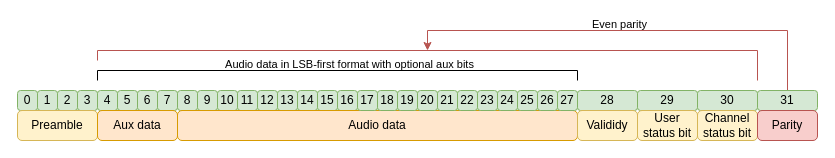
Above: content/posts/20250825_UltranetAdventuresPart2/diagrams/aes3-subframe.drawio in TheStaticTurtle/website_blog (draw.io), before the change. Source tidied: cells renumbered, new cells numbered last; positions are measured from the earlier drawing's top-left corner, leaving out a move shared by most shapes. Both pictures are drawn from the tidied source at 100%, with x=0, y=0 at pixel (17, 30).
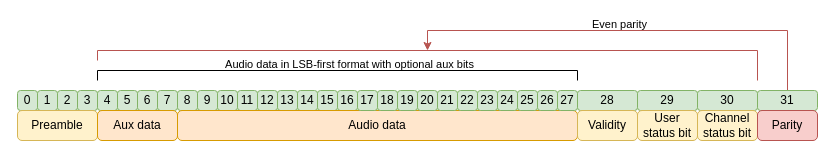
The same diagram, later.

Diff of the diagram source:
```diff
@@
-    <mxCell id="39" value="Valididy" style="rounded=1;whiteSpace=wrap;html=1;fillColor=#fff2cc;strokeColor=#d6b656;" parent="1" vertex="1">
+    <mxCell id="39" value="Validity" style="rounded=1;whiteSpace=wrap;html=1;fillColor=#fff2cc;strokeColor=#d6b656;" parent="1" vertex="1">
       <mxGeometry x="560" y="80" width="60" height="30" as="geometry" />
     </mxCell>
```
